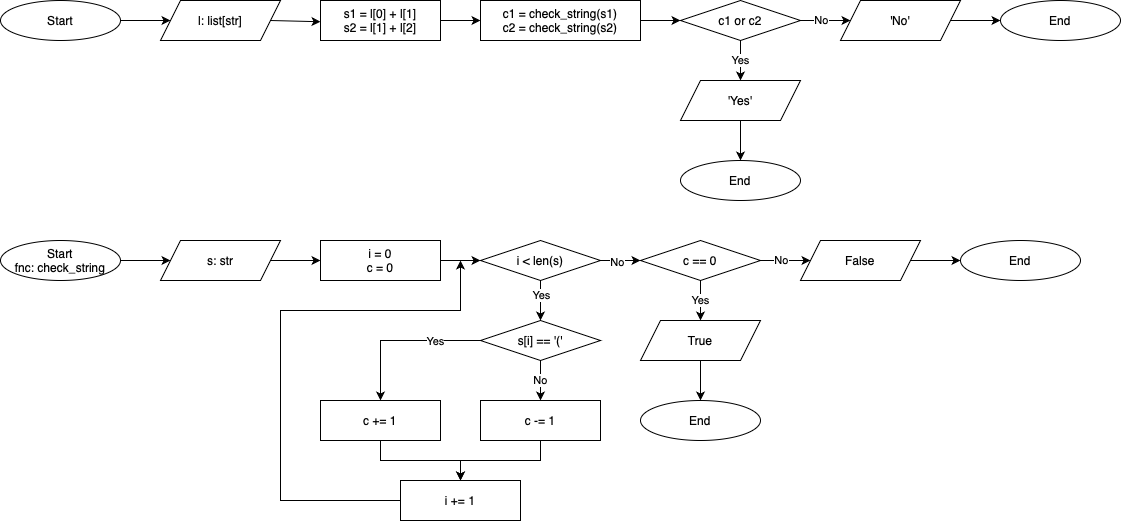
The draw.io diagram data/diagrams/human eval/p119/fc/l3.drawio.png in carlodenardin/multimodal-human-eval, before a commit. Source tidied: cells renumbered, new cells last; positions are measured from the earlier drawing's top-left corner, leaving out a move shared by most shapes.
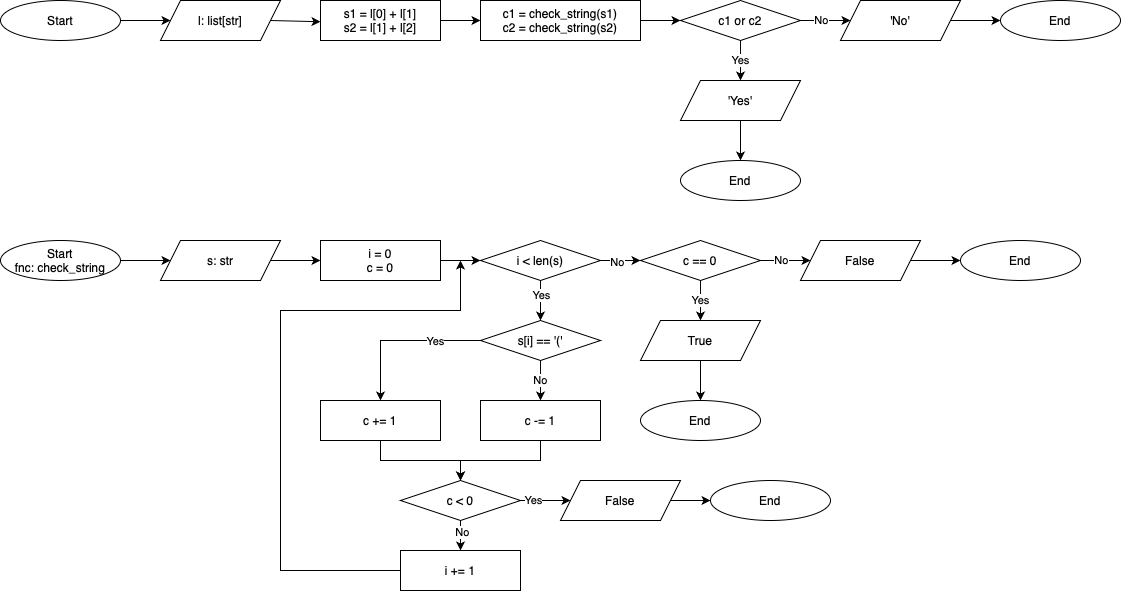
Later version of the same file.

Commit message:
Added the diagram of bpmn for problem 119

Diff of the diagram source:
```diff
@@ -2,7 +2,7 @@
   <root>
     <mxCell id="0" />
     <mxCell id="1" parent="0" />
-    <mxCell id="2" style="edgeStyle=orthogonalEdgeStyle;rounded=0;jettySize=auto;html=1;" parent="1" edge="1" source="x">
+    <mxCell id="2" style="edgeStyle=orthogonalEdgeStyle;rounded=0;orthogonalLoop=1;jettySize=auto;html=1;" parent="1" edge="1">
       <mxGeometry relative="1" as="geometry">
         <mxPoint x="360" as="targetPoint" />
       </mxGeometry>
@@ -146,7 +146,7 @@
       <mxGeometry x="320" y="490" width="120" height="40" as="geometry" />
     </mxCell>
     <mxCell id="45" value="i += 1" style="rounded=0;whiteSpace=wrap;html=1;" parent="1" vertex="1">
-      <mxGeometry x="400" y="570" width="120" height="40" as="geometry" />
+      <mxGeometry x="400" y="640" width="120" height="40" as="geometry" />
     </mxCell>
     <mxCell id="46" style="endArrow=classic;html=1;rounded=0;exitX=0;exitY=0.5;exitDx=0;exitDy=0;entryX=0.5;entryY=0;entryDx=0;entryDy=0;" parent="1" edge="1" source="40" target="44">
       <mxGeometry relative="1" as="geometry">
@@ -169,13 +169,13 @@
       <mxGeometry relative="1" as="geometry">
         <mxPoint x="460" y="350" as="targetPoint" />
         <Array as="points">
-          <mxPoint x="280" y="590" />
+          <mxPoint x="280" y="660" />
           <mxPoint x="280" y="400" />
           <mxPoint x="460" y="400" />
         </Array>
       </mxGeometry>
     </mxCell>
-    <mxCell id="50" style="endArrow=classic;html=1;rounded=0;entryX=0.5;entryY=0;entryDx=0;entryDy=0;exitX=0.5;exitY=1;exitDx=0;exitDy=0;" parent="1" edge="1" source="43" target="45">
+    <mxCell id="50" style="endArrow=classic;html=1;rounded=0;exitX=0.5;exitY=1;exitDx=0;exitDy=0;entryX=0.5;entryY=0;entryDx=0;entryDy=0;" parent="1" edge="1" source="43" target="56">
       <mxGeometry relative="1" as="geometry">
         <Array as="points">
           <mxPoint x="540" y="550" />
@@ -183,7 +183,7 @@
         </Array>
       </mxGeometry>
     </mxCell>
-    <mxCell id="51" style="endArrow=classic;html=1;rounded=0;entryX=0.5;entryY=0;entryDx=0;entryDy=0;exitX=0.5;exitY=1;exitDx=0;exitDy=0;" parent="1" edge="1" source="44" target="45">
+    <mxCell id="51" style="endArrow=classic;html=1;rounded=0;exitX=0.5;exitY=1;exitDx=0;exitDy=0;entryX=0.5;entryY=0;entryDx=0;entryDy=0;" parent="1" edge="1" source="44" target="56">
       <mxGeometry relative="1" as="geometry">
         <Array as="points">
           <mxPoint x="380" y="550" />
@@ -191,5 +191,29 @@
         </Array>
       </mxGeometry>
     </mxCell>
+    <mxCell id="52" style="edgeStyle=orthogonalEdgeStyle;rounded=0;jettySize=auto;html=1;exitX=1;exitY=0.5;exitDx=0;exitDy=0;entryX=0;entryY=0.5;entryDx=0;entryDy=0;" parent="1" edge="1" source="56" target="58">
+      <mxGeometry relative="1" as="geometry" />
+    </mxCell>
+    <mxCell id="53" value="Yes" style="edgeLabel;html=1;align=center;verticalAlign=middle;" parent="52" vertex="1">
+      <mxGeometry x="-0.51" y="1" relative="1" as="geometry" />
+    </mxCell>
+    <mxCell id="54" style="edgeStyle=orthogonalEdgeStyle;rounded=0;jettySize=auto;html=1;exitX=0.5;exitY=1;exitDx=0;exitDy=0;entryX=0.5;entryY=0;entryDx=0;entryDy=0;" parent="1" edge="1" source="56" target="45">
+      <mxGeometry relative="1" as="geometry" />
+    </mxCell>
+    <mxCell id="55" value="No" style="edgeLabel;html=1;align=center;verticalAlign=middle;" parent="54" vertex="1">
+      <mxGeometry x="-0.26" y="1" relative="1" as="geometry" />
+    </mxCell>
+    <mxCell id="56" value="c &amp;lt; 0" style="rhombus;whiteSpace=wrap;html=1;" parent="1" vertex="1">
+      <mxGeometry x="400" y="570" width="120" height="40" as="geometry" />
+    </mxCell>
+    <mxCell id="57" style="edgeStyle=orthogonalEdgeStyle;rounded=0;jettySize=auto;html=1;exitX=1;exitY=0.5;exitDx=0;exitDy=0;entryX=0;entryY=0.5;entryDx=0;entryDy=0;" parent="1" edge="1" source="58" target="59">
+      <mxGeometry relative="1" as="geometry" />
+    </mxCell>
+    <mxCell id="58" value="False" style="shape=parallelogram;perimeter=parallelogramPerimeter;whiteSpace=wrap;html=1;fixedSize=1;" parent="1" vertex="1">
+      <mxGeometry x="560" y="570" width="120" height="40" as="geometry" />
+    </mxCell>
+    <mxCell id="59" value="End" style="ellipse;whiteSpace=wrap;html=1;" parent="1" vertex="1">
+      <mxGeometry x="710" y="570" width="120" height="40" as="geometry" />
+    </mxCell>
   </root>
 </mxGraphModel>
```
